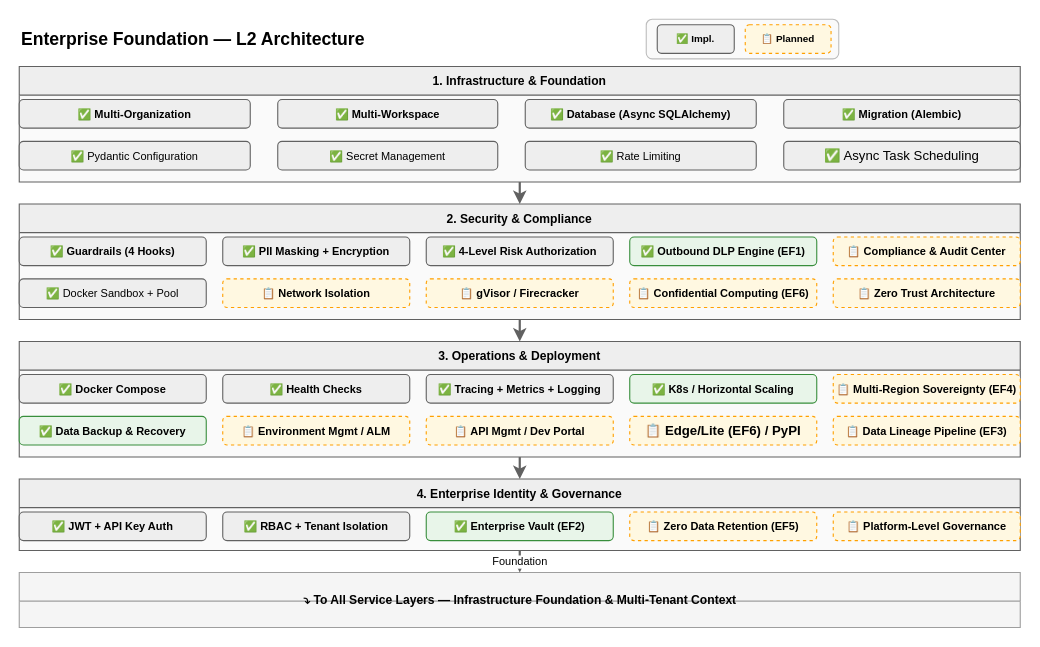
xueyufish/hecate keeps this draw.io diagram as docs/design/hardware/enterprise-foundation-l2.drawio. Above is the earlier version. Source tidied: cells renumbered, new cells numbered last; positions are measured from the earlier drawing's top-left corner, leaving out a move shared by most shapes. Both pictures are drawn from the tidied source at 110%, with x=0, y=0 at pixel (19, 19).
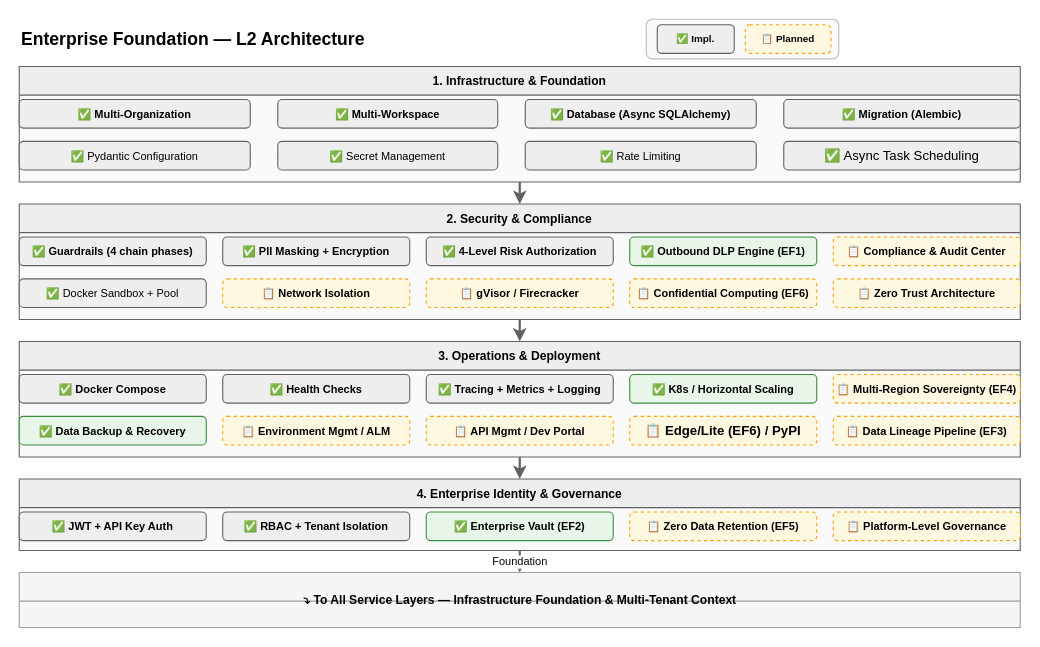
The same page after the edit.

Unchanged cells that the change refers to:
```xml
<mxCell id="15" value="2. Security &amp; Compliance" style="swimlane;startSize=26;fillColor=#EEEEEE;strokeColor=#616161;fontSize=11;fontStyle=1;swimlaneFillColor=#FAFAFA;" parent="1" vertex="1">
  <mxGeometry y="168" width="910" height="105" as="geometry" />
</mxCell>
```

What changed in the source:
```diff
@@
-    <mxCell id="16" value="✅ Guardrails (4 Hooks)" style="rounded=1;whiteSpace=wrap;html=1;fillColor=#EEEEEE;strokeColor=#616161;fontSize=10;fontStyle=1;" parent="15" vertex="1">
+    <mxCell id="16" value="✅ Guardrails (4 chain phases)" style="rounded=1;whiteSpace=wrap;html=1;fillColor=#EEEEEE;strokeColor=#616161;fontSize=10;fontStyle=1;" parent="15" vertex="1">
       <mxGeometry y="30" width="170" height="26" as="geometry" />
     </mxCell>
```
